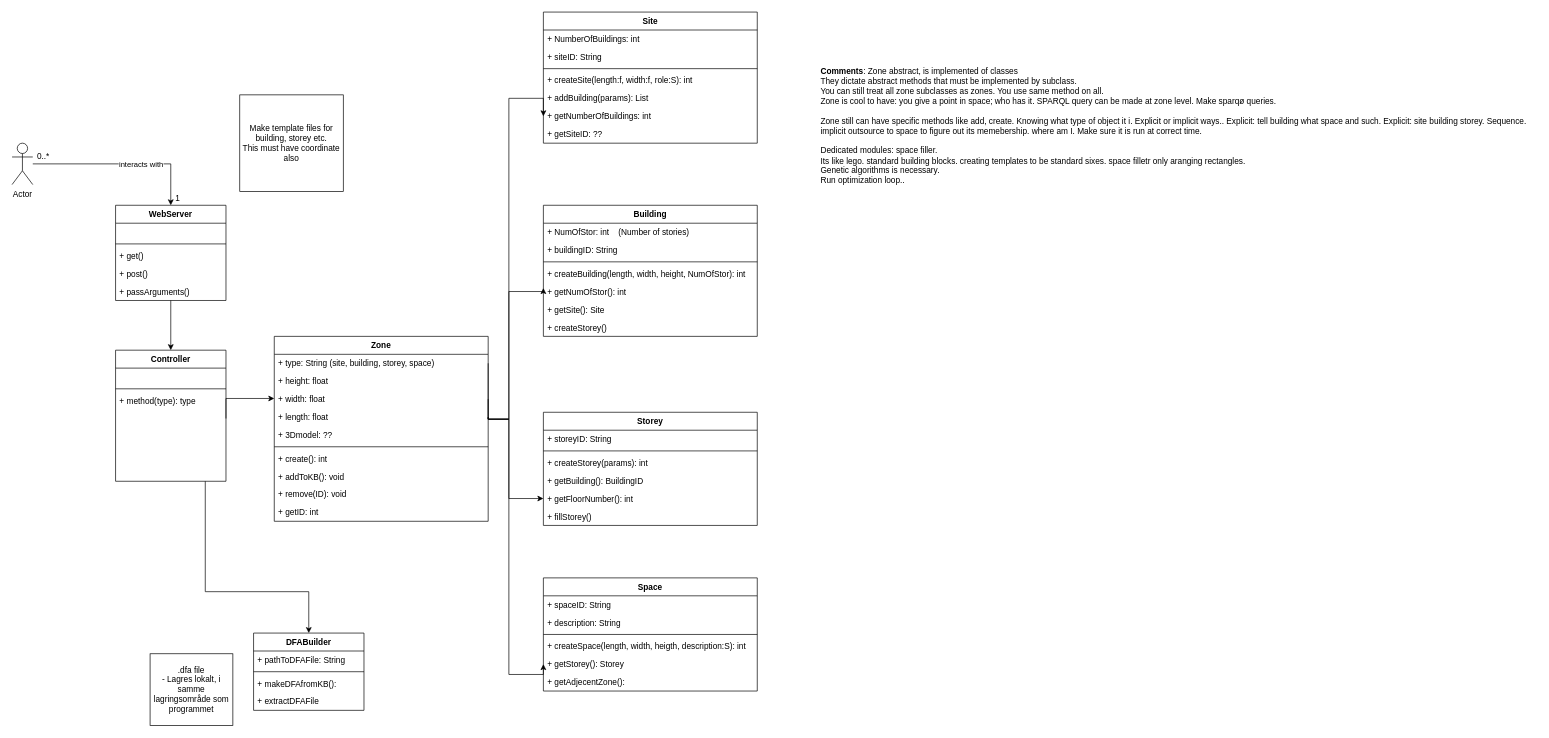
Earlier version of the draw.io diagram page "Design Class Diagram" (7 of 9) of Diagrams/Diagrams.drawio (Hallvaeb/automation-p2-construction-knowledge-base). Source tidied: cells renumbered, new cells numbered last; positions are measured from the earlier drawing's top-left corner, leaving out a move shared by most shapes. Both pictures are drawn from the tidied source at 69%, with x=0, y=0 at pixel (12, 12).
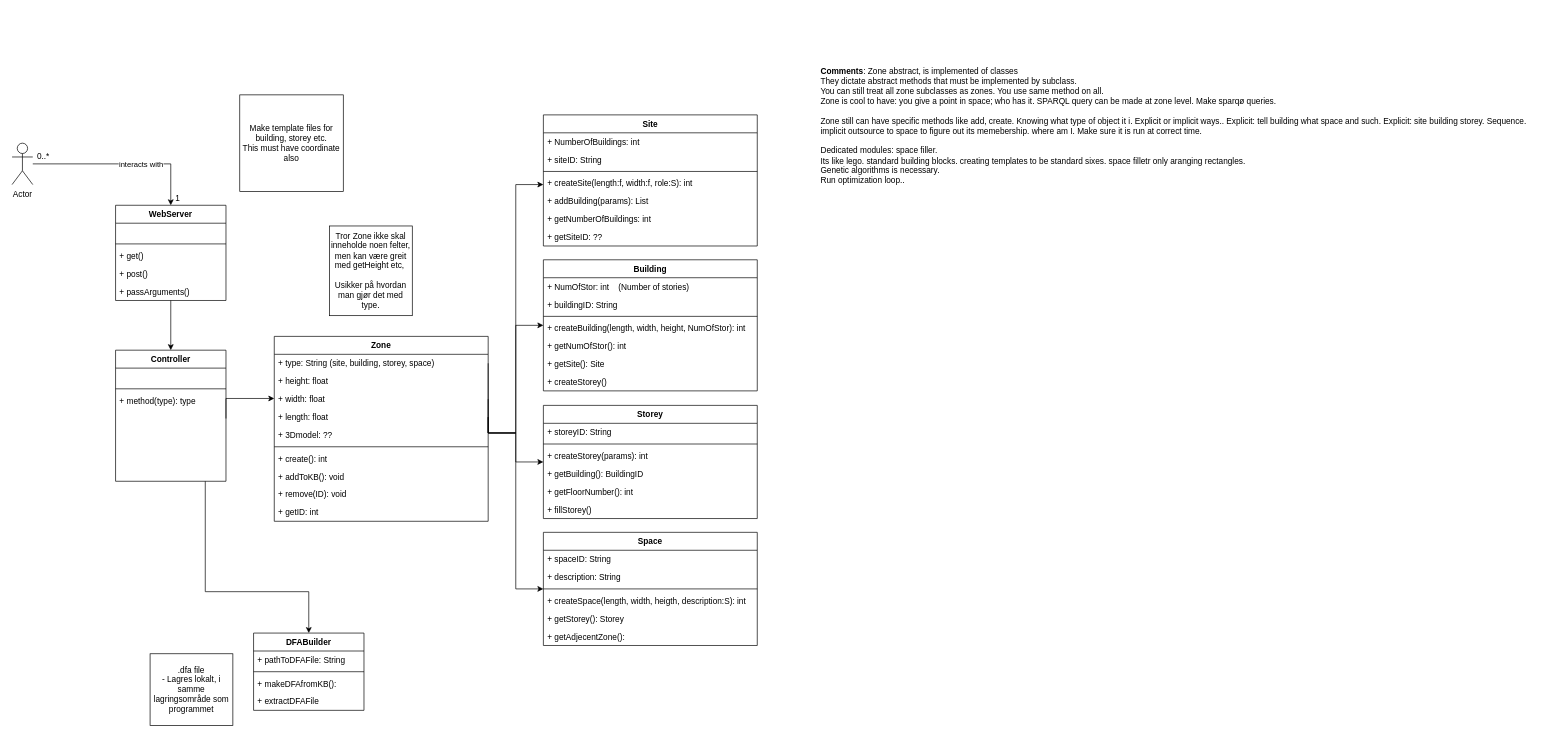
After the change.

The change refers to these unchanged cells:
```xml
<mxCell id="43" value="+ getNumberOfBuildings: int" style="text;strokeColor=none;fillColor=none;align=left;verticalAlign=top;spacingLeft=4;spacingRight=4;overflow=hidden;points=[[0,0.5],[1,0.5]];portConstraint=eastwest;" parent="37" vertex="1">
  <mxGeometry y="138" width="310" height="26" as="geometry" />
</mxCell>
<mxCell id="50" value="+ getFloorNumber(): int" style="text;strokeColor=none;fillColor=none;align=left;verticalAlign=top;spacingLeft=4;spacingRight=4;overflow=hidden;points=[[0,0.5],[1,0.5]];portConstraint=eastwest;" parent="45" vertex="1">
  <mxGeometry y="112" width="310" height="26" as="geometry" />
</mxCell>
<mxCell id="57" value="+ getStorey(): Storey" style="text;strokeColor=none;fillColor=none;align=left;verticalAlign=top;spacingLeft=4;spacingRight=4;overflow=hidden;points=[[0,0.5],[1,0.5]];portConstraint=eastwest;" parent="52" vertex="1">
  <mxGeometry y="112" width="310" height="26" as="geometry" />
</mxCell>
<mxCell id="62" value="+ type: String (site, building, storey, space)" style="text;strokeColor=none;fillColor=none;align=left;verticalAlign=top;spacingLeft=4;spacingRight=4;overflow=hidden;points=[[0,0.5],[1,0.5]];portConstraint=eastwest;" parent="61" vertex="1">
  <mxGeometry y="26" width="310" height="26" as="geometry" />
</mxCell>
<mxCell id="64" value="+ width: float" style="text;strokeColor=none;fillColor=none;align=left;verticalAlign=top;spacingLeft=4;spacingRight=4;overflow=hidden;points=[[0,0.5],[1,0.5]];portConstraint=eastwest;" parent="61" vertex="1">
  <mxGeometry y="78" width="310" height="26" as="geometry" />
</mxCell>
<mxCell id="65" value="+ length: float" style="text;strokeColor=none;fillColor=none;align=left;verticalAlign=top;spacingLeft=4;spacingRight=4;overflow=hidden;points=[[0,0.5],[1,0.5]];portConstraint=eastwest;" parent="61" vertex="1">
  <mxGeometry y="104" width="310" height="26" as="geometry" />
</mxCell>
```

Change to the diagram source:
```diff
@@
     <mxCell id="8" value="Building" style="swimlane;fontStyle=1;align=center;verticalAlign=top;horizontal=1;startSize=26;strokeColor=default;fillColor=default;" parent="1" vertex="1">
-      <mxGeometry x="770" y="280" width="310" height="190" as="geometry" />
+      <mxGeometry x="770" y="359" width="310" height="190" as="geometry" />
     </mxCell>
@@
     <mxCell id="37" value="Site" style="swimlane;fontStyle=1;align=center;verticalAlign=top;horizontal=1;startSize=26;strokeColor=default;fillColor=default;" parent="1" vertex="1">
-      <mxGeometry x="770" width="310" height="190" as="geometry" />
+      <mxGeometry x="770" y="149" width="310" height="190" as="geometry" />
     </mxCell>
@@
     <mxCell id="45" value="Storey" style="swimlane;fontStyle=1;align=center;verticalAlign=top;horizontal=1;startSize=26;strokeColor=default;fillColor=default;" parent="1" vertex="1">
-      <mxGeometry x="770" y="580" width="310" height="164" as="geometry" />
+      <mxGeometry x="770" y="570" width="310" height="164" as="geometry" />
     </mxCell>
@@
     <mxCell id="52" value="Space" style="swimlane;fontStyle=1;align=center;verticalAlign=top;horizontal=1;startSize=26;strokeColor=default;fillColor=default;" parent="1" vertex="1">
-      <mxGeometry x="770" y="820" width="310" height="164" as="geometry" />
+      <mxGeometry x="770" y="754" width="310" height="164" as="geometry" />
     </mxCell>
@@
-    <mxCell id="72" style="edgeStyle=orthogonalEdgeStyle;rounded=0;jettySize=auto;html=1;exitX=1;exitY=0.5;exitDx=0;exitDy=0;entryX=0;entryY=0.5;entryDx=0;entryDy=0;" parent="1" edge="1" source="62" target="43">
+    <mxCell id="72" style="edgeStyle=orthogonalEdgeStyle;rounded=0;jettySize=auto;html=1;exitX=1;exitY=0.5;exitDx=0;exitDy=0;" parent="1" edge="1" source="62" target="37">
       <mxGeometry relative="1" as="geometry">
         <Array as="points">
-          <mxPoint x="690" y="590" />
-          <mxPoint x="720" y="590" />
-          <mxPoint x="720" y="125" />
+          <mxPoint x="690" y="610" />
+          <mxPoint x="730" y="610" />
+          <mxPoint x="730" y="250" />
         </Array>
       </mxGeometry>
     </mxCell>
-    <mxCell id="73" style="edgeStyle=orthogonalEdgeStyle;rounded=0;jettySize=auto;html=1;exitX=1;exitY=0.5;exitDx=0;exitDy=0;" parent="1" edge="1" source="65">
+    <mxCell id="73" style="edgeStyle=orthogonalEdgeStyle;rounded=0;jettySize=auto;html=1;exitX=1;exitY=0.5;exitDx=0;exitDy=0;" parent="1" edge="1" source="65" target="8">
       <mxGeometry relative="1" as="geometry">
-        <mxPoint x="770" y="400" as="targetPoint" />
         <Array as="points">
-          <mxPoint x="690" y="590" />
-          <mxPoint x="720" y="590" />
-          <mxPoint x="720" y="405" />
+          <mxPoint x="690" y="610" />
+          <mxPoint x="730" y="610" />
+          <mxPoint x="730" y="454" />
         </Array>
       </mxGeometry>
     </mxCell>
-    <mxCell id="74" style="edgeStyle=orthogonalEdgeStyle;rounded=0;jettySize=auto;html=1;exitX=1;exitY=0.5;exitDx=0;exitDy=0;entryX=0;entryY=0.5;entryDx=0;entryDy=0;" parent="1" edge="1" source="64" target="50">
+    <mxCell id="74" style="edgeStyle=orthogonalEdgeStyle;rounded=0;jettySize=auto;html=1;exitX=1;exitY=0.5;exitDx=0;exitDy=0;" parent="1" edge="1" source="64" target="45">
       <mxGeometry relative="1" as="geometry">
         <Array as="points">
-          <mxPoint x="690" y="590" />
-          <mxPoint x="720" y="590" />
-          <mxPoint x="720" y="705" />
+          <mxPoint x="690" y="610" />
+          <mxPoint x="730" y="610" />
+          <mxPoint x="730" y="652" />
         </Array>
       </mxGeometry>
     </mxCell>
-    <mxCell id="75" style="edgeStyle=orthogonalEdgeStyle;rounded=0;jettySize=auto;html=1;exitX=1;exitY=0.5;exitDx=0;exitDy=0;entryX=0;entryY=0.5;entryDx=0;entryDy=0;" parent="1" edge="1" source="65" target="57">
+    <mxCell id="75" style="edgeStyle=orthogonalEdgeStyle;rounded=0;jettySize=auto;html=1;exitX=1;exitY=0.5;exitDx=0;exitDy=0;" parent="1" edge="1" source="65" target="52">
       <mxGeometry relative="1" as="geometry">
         <Array as="points">
-          <mxPoint x="690" y="590" />
-          <mxPoint x="720" y="590" />
-          <mxPoint x="720" y="960" />
-          <mxPoint x="770" y="960" />
+          <mxPoint x="690" y="610" />
+          <mxPoint x="730" y="610" />
+          <mxPoint x="730" y="836" />
         </Array>
       </mxGeometry>
     </mxCell>
@@
+    <mxCell id="77" value="Tror Zone ikke skal inneholde noen felter, men kan være greit med getHeight etc,&amp;nbsp;&lt;br&gt;&lt;br&gt;Usikker på hvordan man gjør det med type." style="whiteSpace=wrap;html=1;" parent="1" vertex="1">
+      <mxGeometry x="460" y="310" width="120" height="130" as="geometry" />
+    </mxCell>
```
